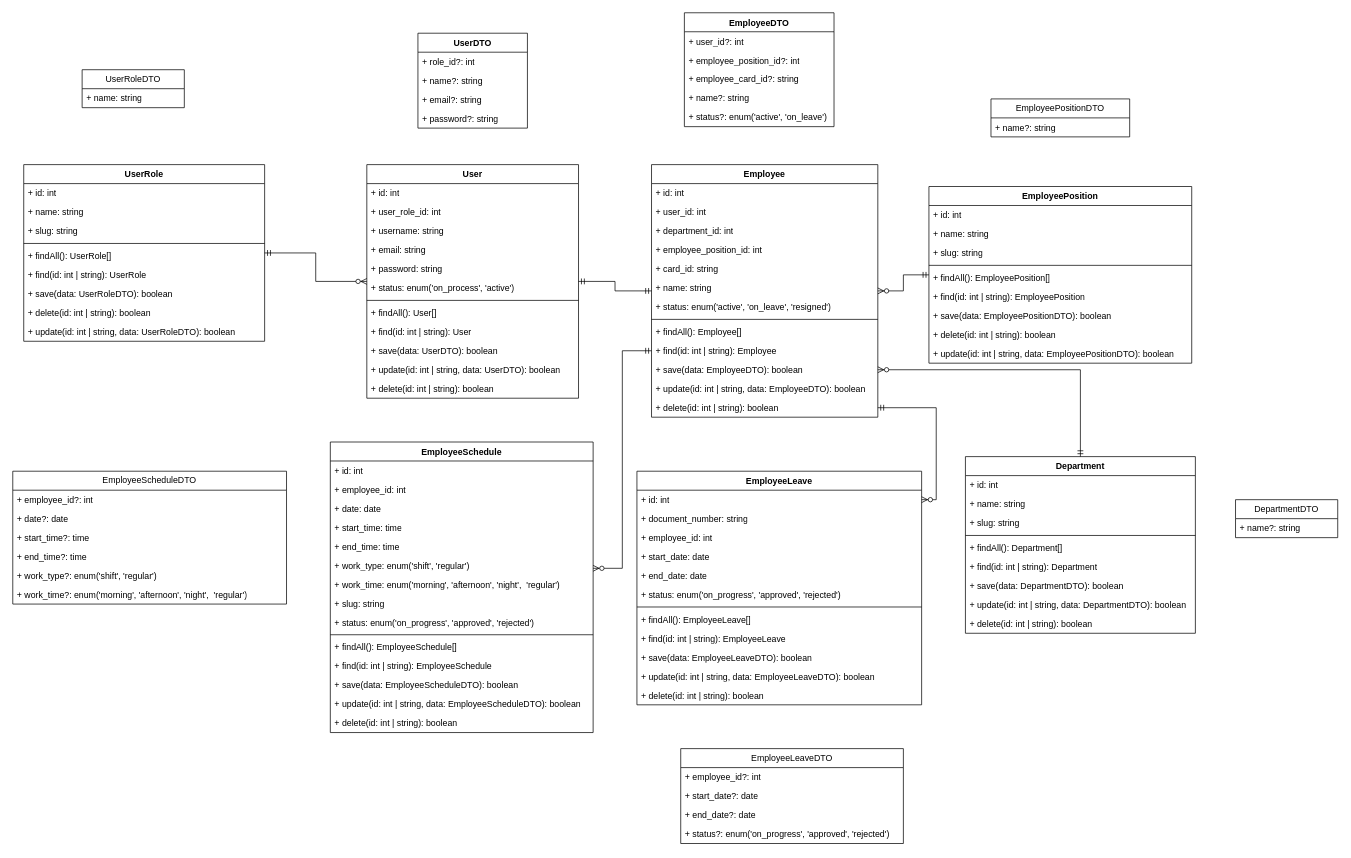
The draw.io diagram page "class-diagram" (2 of 3) of draw.io/my-schedule.drawio in mfauzanfikri/my-schedule-laravel, before the edit. Source tidied: cells renumbered, new cells numbered last; positions are measured from the earlier drawing's top-left corner, leaving out a move shared by most shapes. Both pictures are drawn from the tidied source at 73%, with x=0, y=0 at pixel (12, 12).
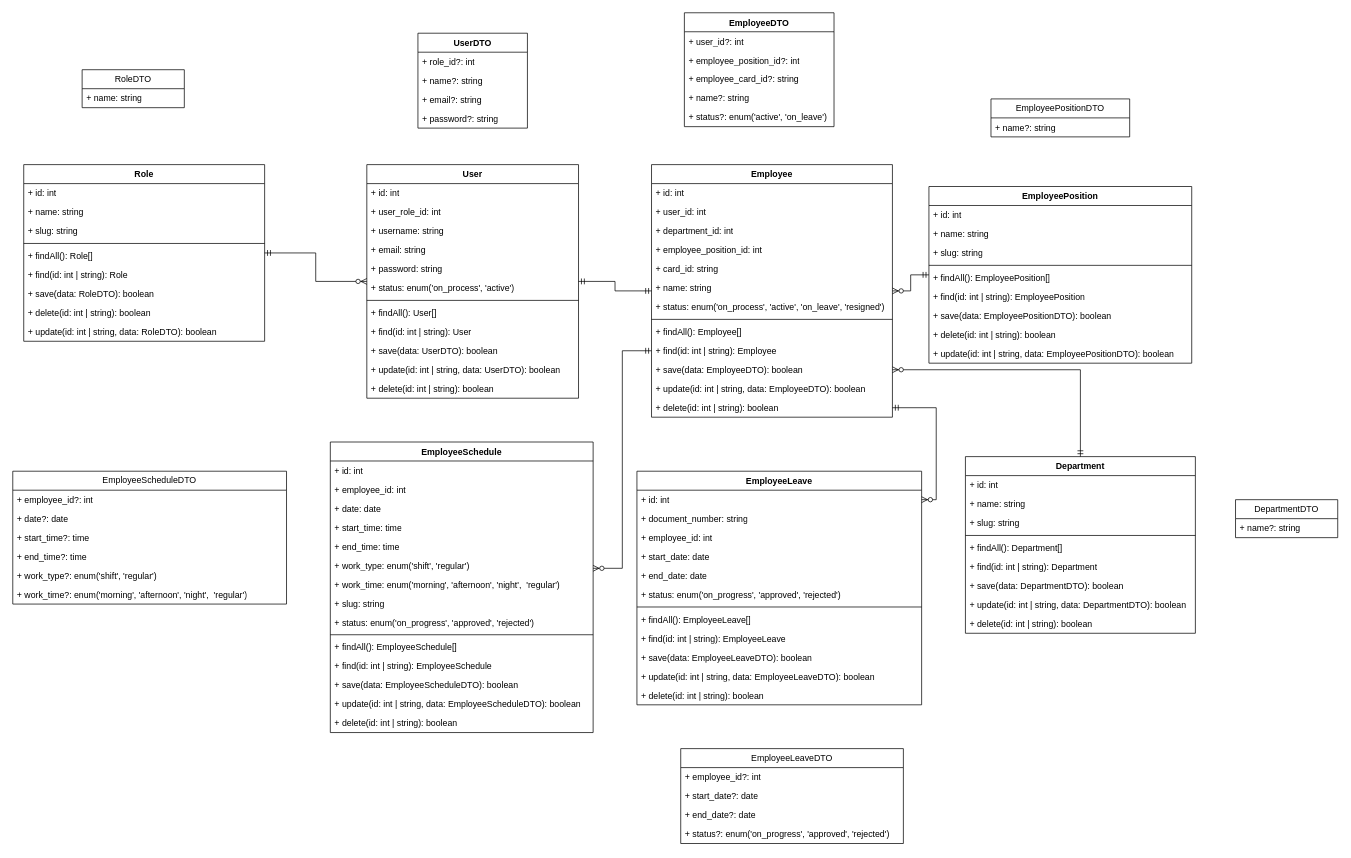
The same page after the edit.

Diff of the diagram source:
```diff
@@
     <mxCell id="20" value="&lt;div&gt;Employee&lt;/div&gt;" style="swimlane;fontStyle=1;align=center;verticalAlign=top;horizontal=1;startSize=26;whiteSpace=wrap;html=1;" parent="1" vertex="1">
-      <mxGeometry x="875" y="208" width="310" height="346" as="geometry" />
+      <mxGeometry x="875" y="208" width="330" height="346" as="geometry" />
     </mxCell>
     <mxCell id="21" value="+ id: int" style="text;strokeColor=none;fillColor=none;align=left;verticalAlign=top;spacingLeft=4;spacingRight=4;overflow=hidden;whiteSpace=wrap;html=1;" parent="20" vertex="1">
-      <mxGeometry y="26" width="310" height="26" as="geometry" />
+      <mxGeometry y="26" width="330" height="26" as="geometry" />
     </mxCell>
     <mxCell id="22" value="+ user_id: int" style="text;strokeColor=none;fillColor=none;align=left;verticalAlign=top;spacingLeft=4;spacingRight=4;overflow=hidden;whiteSpace=wrap;html=1;" parent="20" vertex="1">
-      <mxGeometry y="52" width="310" height="26" as="geometry" />
+      <mxGeometry y="52" width="330" height="26" as="geometry" />
     </mxCell>
     <mxCell id="23" value="+ department_id: int" style="text;strokeColor=none;fillColor=none;align=left;verticalAlign=top;spacingLeft=4;spacingRight=4;overflow=hidden;whiteSpace=wrap;html=1;" parent="20" vertex="1">
-      <mxGeometry y="78" width="310" height="26" as="geometry" />
+      <mxGeometry y="78" width="330" height="26" as="geometry" />
     </mxCell>
     <mxCell id="24" value="+ employee_position_id: int" style="text;strokeColor=none;fillColor=none;align=left;verticalAlign=top;spacingLeft=4;spacingRight=4;overflow=hidden;whiteSpace=wrap;html=1;" parent="20" vertex="1">
-      <mxGeometry y="104" width="310" height="26" as="geometry" />
+      <mxGeometry y="104" width="330" height="26" as="geometry" />
     </mxCell>
     <mxCell id="25" value="+ card_id: string" style="text;strokeColor=none;fillColor=none;align=left;verticalAlign=top;spacingLeft=4;spacingRight=4;overflow=hidden;whiteSpace=wrap;html=1;" parent="20" vertex="1">
-      <mxGeometry y="130" width="310" height="26" as="geometry" />
+      <mxGeometry y="130" width="330" height="26" as="geometry" />
     </mxCell>
     <mxCell id="26" value="+ name: string" style="text;strokeColor=none;fillColor=none;align=left;verticalAlign=top;spacingLeft=4;spacingRight=4;overflow=hidden;whiteSpace=wrap;html=1;" parent="20" vertex="1">
-      <mxGeometry y="156" width="310" height="26" as="geometry" />
+      <mxGeometry y="156" width="330" height="26" as="geometry" />
     </mxCell>
-    <mxCell id="27" value="+ status: enum('active', 'on_leave', 'resigned')" style="text;strokeColor=none;fillColor=none;align=left;verticalAlign=top;spacingLeft=4;spacingRight=4;overflow=hidden;whiteSpace=wrap;html=1;" parent="20" vertex="1">
-      <mxGeometry y="182" width="310" height="26" as="geometry" />
+    <mxCell id="27" value="+ status: enum('on_process', 'active', 'on_leave', 'resigned')" style="text;strokeColor=none;fillColor=none;align=left;verticalAlign=top;spacingLeft=4;spacingRight=4;overflow=hidden;whiteSpace=wrap;html=1;" parent="20" vertex="1">
+      <mxGeometry y="182" width="330" height="26" as="geometry" />
     </mxCell>
     <mxCell id="28" style="line;strokeWidth=1;fillColor=none;align=left;verticalAlign=middle;spacingTop=-1;spacingLeft=3;spacingRight=3;labelPosition=right;strokeColor=inherit;" parent="20" vertex="1">
-      <mxGeometry y="208" width="310" height="8" as="geometry" />
+      <mxGeometry y="208" width="330" height="8" as="geometry" />
     </mxCell>
     <mxCell id="29" value="+ findAll(): Employee[]" style="text;strokeColor=none;fillColor=none;align=left;verticalAlign=top;spacingLeft=4;spacingRight=4;overflow=hidden;whiteSpace=wrap;html=1;" parent="20" vertex="1">
-      <mxGeometry y="216" width="310" height="26" as="geometry" />
+      <mxGeometry y="216" width="330" height="26" as="geometry" />
     </mxCell>
     <mxCell id="30" value="+ find(id: int | string): Employee" style="text;strokeColor=none;fillColor=none;align=left;verticalAlign=top;spacingLeft=4;spacingRight=4;overflow=hidden;points=[[0,0.5],[1,0.5]];portConstraint=eastwest;whiteSpace=wrap;html=1;" parent="20" vertex="1">
-      <mxGeometry y="242" width="310" height="26" as="geometry" />
+      <mxGeometry y="242" width="330" height="26" as="geometry" />
     </mxCell>
     <mxCell id="31" value="+ save(data: EmployeeDTO): boolean" style="text;strokeColor=none;fillColor=none;align=left;verticalAlign=top;spacingLeft=4;spacingRight=4;overflow=hidden;points=[[0,0.5],[1,0.5]];portConstraint=eastwest;whiteSpace=wrap;html=1;" parent="20" vertex="1">
-      <mxGeometry y="268" width="310" height="26" as="geometry" />
+      <mxGeometry y="268" width="330" height="26" as="geometry" />
     </mxCell>
     <mxCell id="32" value="+ update(id: int | string, data: EmployeeDTO): boolean" style="text;strokeColor=none;fillColor=none;align=left;verticalAlign=top;spacingLeft=4;spacingRight=4;overflow=hidden;whiteSpace=wrap;html=1;" parent="20" vertex="1">
-      <mxGeometry y="294" width="310" height="26" as="geometry" />
+      <mxGeometry y="294" width="330" height="26" as="geometry" />
     </mxCell>
     <mxCell id="33" value="+ delete(id: int | string): boolean" style="text;strokeColor=none;fillColor=none;align=left;verticalAlign=top;spacingLeft=4;spacingRight=4;overflow=hidden;points=[[0,0.5],[1,0.5]];portConstraint=eastwest;whiteSpace=wrap;html=1;" parent="20" vertex="1">
-      <mxGeometry y="320" width="310" height="26" as="geometry" />
+      <mxGeometry y="320" width="330" height="26" as="geometry" />
     </mxCell>
@@
-    <mxCell id="52" value="UserRole" style="swimlane;fontStyle=1;align=center;verticalAlign=top;horizontal=1;startSize=26;whiteSpace=wrap;html=1;" parent="1" vertex="1">
+    <mxCell id="52" value="Role" style="swimlane;fontStyle=1;align=center;verticalAlign=top;horizontal=1;startSize=26;whiteSpace=wrap;html=1;" parent="1" vertex="1">
       <mxGeometry x="15" y="208" width="330" height="242" as="geometry" />
     </mxCell>
@@
-    <mxCell id="57" value="+ findAll(): UserRole[]" style="text;strokeColor=none;fillColor=none;align=left;verticalAlign=top;spacingLeft=4;spacingRight=4;overflow=hidden;whiteSpace=wrap;html=1;" parent="52" vertex="1">
+    <mxCell id="57" value="+ findAll(): Role[]" style="text;strokeColor=none;fillColor=none;align=left;verticalAlign=top;spacingLeft=4;spacingRight=4;overflow=hidden;whiteSpace=wrap;html=1;" parent="52" vertex="1">
       <mxGeometry y="112" width="330" height="26" as="geometry" />
     </mxCell>
-    <mxCell id="58" value="+ find(id: int | string): UserRole" style="text;strokeColor=none;fillColor=none;align=left;verticalAlign=top;spacingLeft=4;spacingRight=4;overflow=hidden;whiteSpace=wrap;html=1;" parent="52" vertex="1">
+    <mxCell id="58" value="+ find(id: int | string): Role" style="text;strokeColor=none;fillColor=none;align=left;verticalAlign=top;spacingLeft=4;spacingRight=4;overflow=hidden;whiteSpace=wrap;html=1;" parent="52" vertex="1">
       <mxGeometry y="138" width="330" height="26" as="geometry" />
     </mxCell>
-    <mxCell id="59" value="+ save(data: UserRoleDTO): boolean" style="text;strokeColor=none;fillColor=none;align=left;verticalAlign=top;spacingLeft=4;spacingRight=4;overflow=hidden;whiteSpace=wrap;html=1;" parent="52" vertex="1">
+    <mxCell id="59" value="+ save(data: RoleDTO): boolean" style="text;strokeColor=none;fillColor=none;align=left;verticalAlign=top;spacingLeft=4;spacingRight=4;overflow=hidden;whiteSpace=wrap;html=1;" parent="52" vertex="1">
       <mxGeometry y="164" width="330" height="26" as="geometry" />
     </mxCell>
@@
-    <mxCell id="61" value="+ update(id: int | string, data: UserRoleDTO): boolean" style="text;strokeColor=none;fillColor=none;align=left;verticalAlign=top;spacingLeft=4;spacingRight=4;overflow=hidden;whiteSpace=wrap;html=1;" parent="52" vertex="1">
+    <mxCell id="61" value="+ update(id: int | string, data: RoleDTO): boolean" style="text;strokeColor=none;fillColor=none;align=left;verticalAlign=top;spacingLeft=4;spacingRight=4;overflow=hidden;whiteSpace=wrap;html=1;" parent="52" vertex="1">
       <mxGeometry y="216" width="330" height="26" as="geometry" />
     </mxCell>
-    <mxCell id="62" value="UserRoleDTO" style="swimlane;fontStyle=0;horizontal=1;startSize=26;fillColor=none;whiteSpace=wrap;html=1;" parent="1" vertex="1">
+    <mxCell id="62" value="RoleDTO" style="swimlane;fontStyle=0;horizontal=1;startSize=26;fillColor=none;whiteSpace=wrap;html=1;" parent="1" vertex="1">
       <mxGeometry x="95" y="78" width="140" height="52" as="geometry" />
     </mxCell>
```
